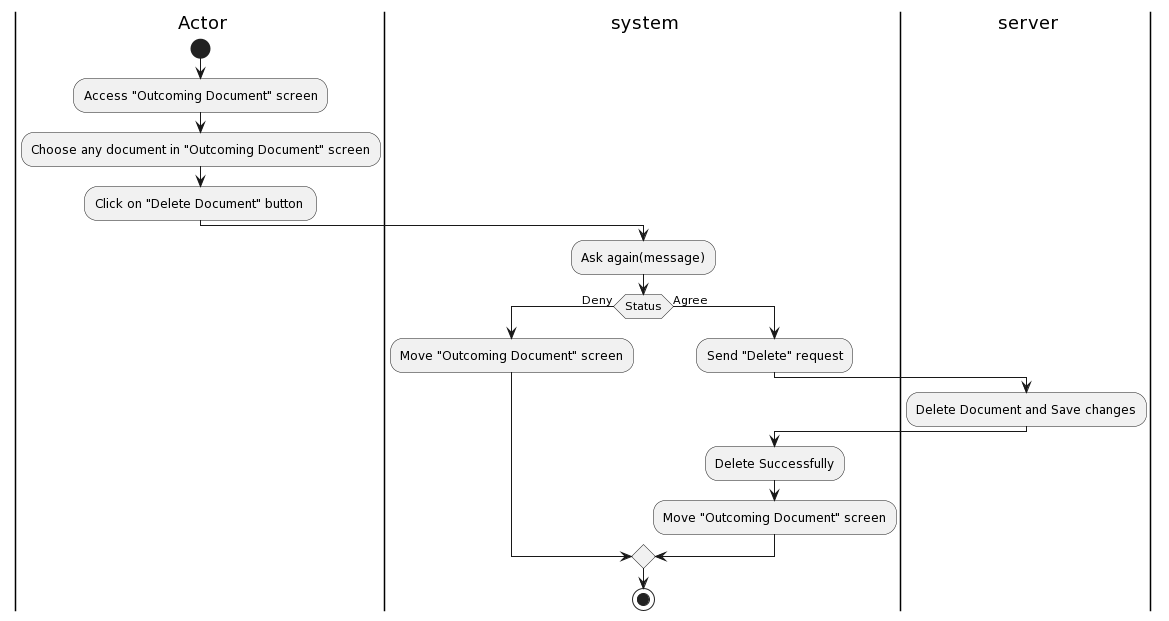
Above: Lab1/Lab1.2/Activity Diagram/OutcomingDocument/DeleteOutcomingDocument/DeleteOutcomingDocument.png in khoapham1003/SE357-Pratice-class (PlantUML), before the change. Source of this version:
```plantuml
@startuml
|a| Actor
|sys| system
|ser| server

|a|
start
:Access "Outcoming Document" screen;
:Choose any document in "Outcoming Document" screen;
:Click on "Delete Document" button ;
|sys|
:Ask again(message);
|sys|
if (Status) then (Deny)
|sys|
:Move "Outcoming Document" screen;
else (Agree)
:Send "Delete" request;
|ser|
:Delete Document and Save changes;
|sys|
:Delete Successfully;
:Move "Outcoming Document" screen;
endif


stop
@enduml
```
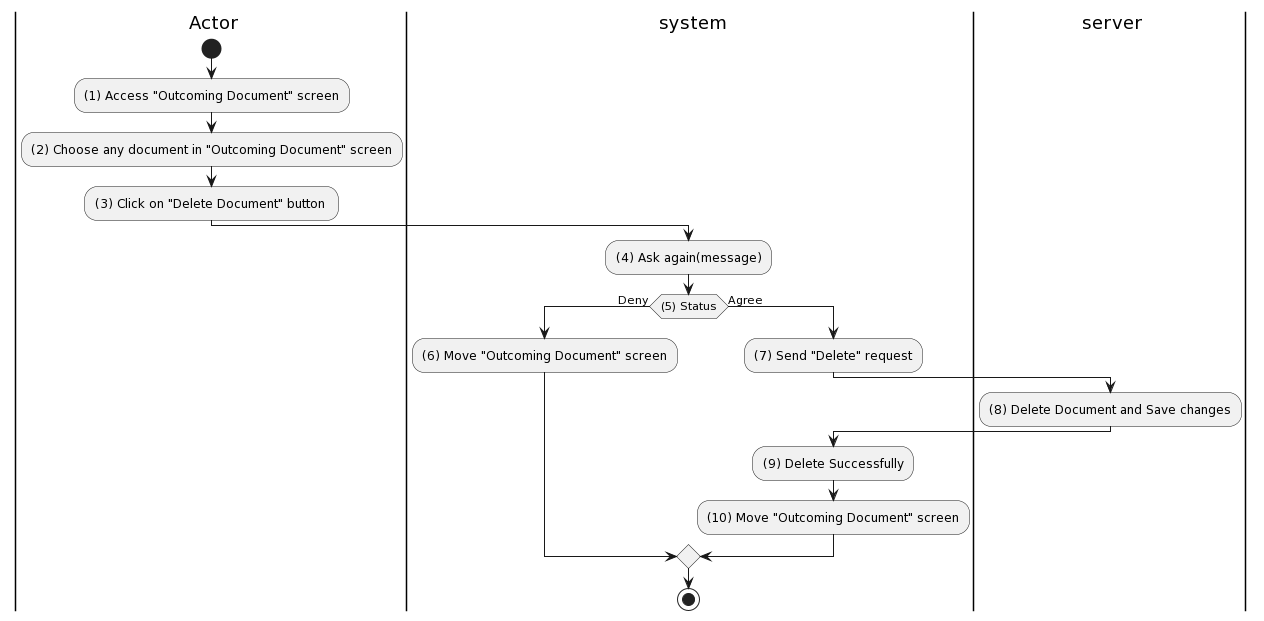
Above is the later version.

Diff of the diagram source:
```diff
@@ -5,22 +5,22 @@
 
 |a|
 start
-:Access "Outcoming Document" screen;
-:Choose any document in "Outcoming Document" screen;
-:Click on "Delete Document" button ;
+:(1) Access "Outcoming Document" screen;
+:(2) Choose any document in "Outcoming Document" screen;
+:(3) Click on "Delete Document" button ;
 |sys|
-:Ask again(message);
+:(4) Ask again(message);
 |sys|
-if (Status) then (Deny)
+if ((5) Status) then (Deny)
 |sys|
-:Move "Outcoming Document" screen;
+:(6) Move "Outcoming Document" screen;
 else (Agree)
-:Send "Delete" request;
+:(7) Send "Delete" request;
 |ser|
-:Delete Document and Save changes;
+:(8) Delete Document and Save changes;
 |sys|
-:Delete Successfully;
-:Move "Outcoming Document" screen;
+:(9) Delete Successfully;
+:(10) Move "Outcoming Document" screen;
 endif
 
 
```
